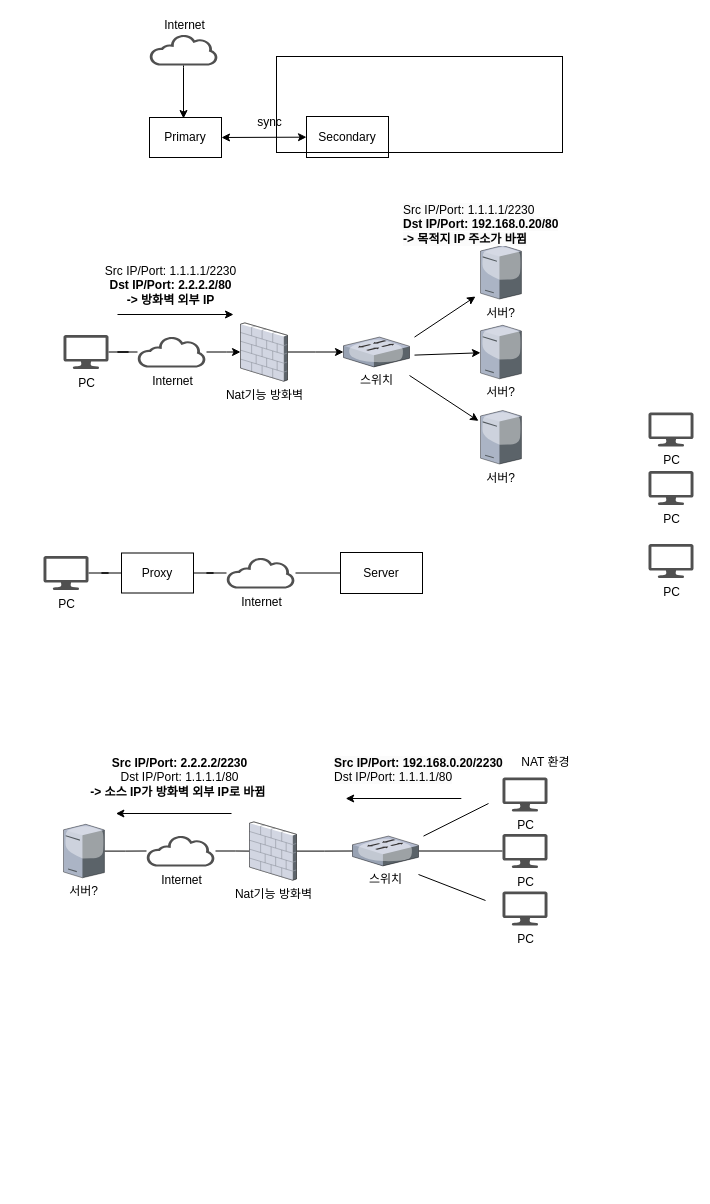
LILILI11/Diagram keeps this draw.io diagram as 3wayhand.drawio. Above is the earlier version. Source tidied: cells renumbered, new cells numbered last; positions are measured from the earlier drawing's top-left corner, leaving out a move shared by most shapes. Both pictures are drawn from the tidied source at 100%, with x=0, y=0 at pixel (43, 34).
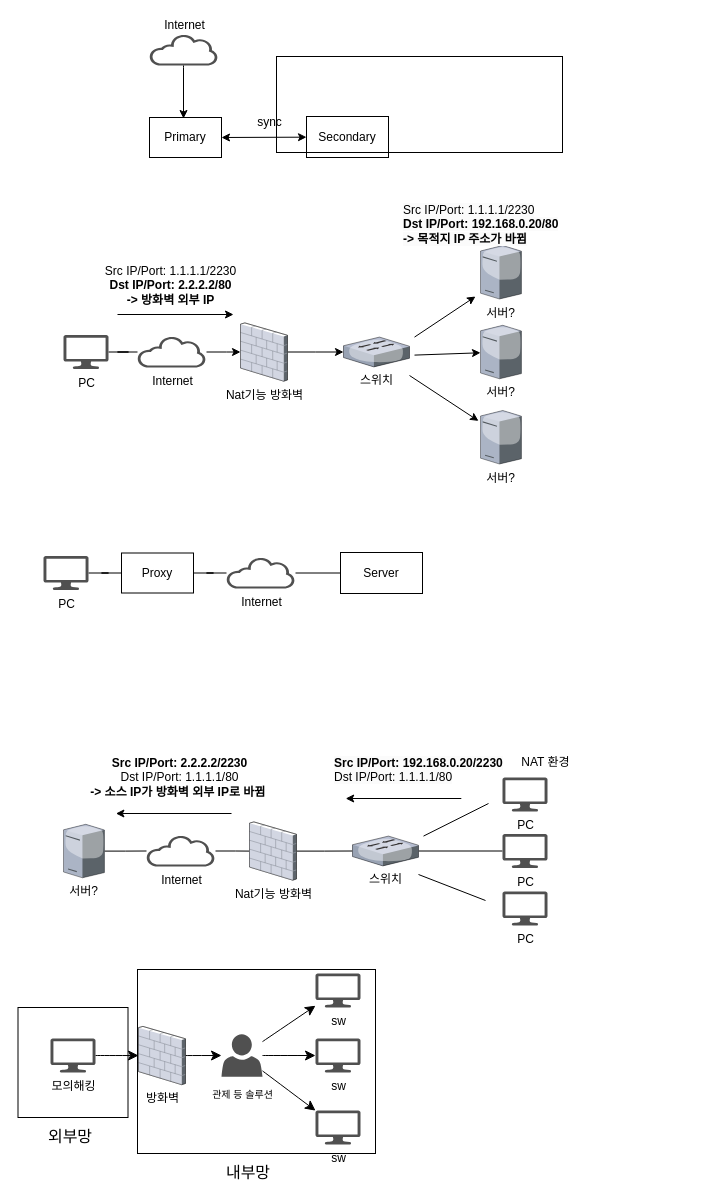
After the change.

Change to the diagram source:
```diff
@@
-    <mxCell id="23" value="PC" style="sketch=0;shadow=0;dashed=0;html=1;strokeColor=none;fillColor=#505050;labelPosition=center;verticalLabelPosition=bottom;verticalAlign=top;outlineConnect=0;align=center;shape=mxgraph.office.devices.lcd_monitor;" parent="1" vertex="1">
-      <mxGeometry x="605" y="436.5" width="45" height="34" as="geometry" />
+    <mxCell id="23" value="sw" style="sketch=0;shadow=0;dashed=0;html=1;strokeColor=none;fillColor=#505050;labelPosition=center;verticalLabelPosition=bottom;verticalAlign=top;outlineConnect=0;align=center;shape=mxgraph.office.devices.lcd_monitor;" parent="1" vertex="1">
+      <mxGeometry x="272" y="1004" width="45" height="34" as="geometry" />
     </mxCell>
-    <mxCell id="24" value="PC" style="sketch=0;shadow=0;dashed=0;html=1;strokeColor=none;fillColor=#505050;labelPosition=center;verticalLabelPosition=bottom;verticalAlign=top;outlineConnect=0;align=center;shape=mxgraph.office.devices.lcd_monitor;" parent="1" vertex="1">
-      <mxGeometry x="605" y="378" width="45" height="34" as="geometry" />
+    <mxCell id="24" value="sw" style="sketch=0;shadow=0;dashed=0;html=1;strokeColor=none;fillColor=#505050;labelPosition=center;verticalLabelPosition=bottom;verticalAlign=top;outlineConnect=0;align=center;shape=mxgraph.office.devices.lcd_monitor;" parent="1" vertex="1">
+      <mxGeometry x="272" y="939" width="45" height="34" as="geometry" />
     </mxCell>
-    <mxCell id="25" value="PC" style="sketch=0;shadow=0;dashed=0;html=1;strokeColor=none;fillColor=#505050;labelPosition=center;verticalLabelPosition=bottom;verticalAlign=top;outlineConnect=0;align=center;shape=mxgraph.office.devices.lcd_monitor;" parent="1" vertex="1">
-      <mxGeometry x="605" y="509.5" width="45" height="34" as="geometry" />
+    <mxCell id="25" value="sw" style="sketch=0;shadow=0;dashed=0;html=1;strokeColor=none;fillColor=#505050;labelPosition=center;verticalLabelPosition=bottom;verticalAlign=top;outlineConnect=0;align=center;shape=mxgraph.office.devices.lcd_monitor;" parent="1" vertex="1">
+      <mxGeometry x="272" y="1076" width="45" height="34" as="geometry" />
     </mxCell>
@@
+    <mxCell id="53" style="edgeStyle=none;curved=1;rounded=0;jettySize=auto;html=1;fontSize=12;startSize=8;endSize=8;" parent="1" edge="1" source="54" target="56">
+      <mxGeometry relative="1" as="geometry" />
+    </mxCell>
+    <mxCell id="54" value="모의해킹" style="sketch=0;shadow=0;dashed=0;html=1;strokeColor=none;fillColor=#505050;labelPosition=center;verticalLabelPosition=bottom;verticalAlign=top;outlineConnect=0;align=center;shape=mxgraph.office.devices.lcd_monitor;" parent="1" vertex="1">
+      <mxGeometry x="7" y="1004" width="45" height="34" as="geometry" />
+    </mxCell>
+    <mxCell id="55" style="edgeStyle=none;curved=1;rounded=0;jettySize=auto;html=1;fontSize=12;startSize=8;endSize=8;" parent="1" edge="1" source="56" target="60">
+      <mxGeometry relative="1" as="geometry" />
+    </mxCell>
+    <mxCell id="56" value="방화벽" style="verticalLabelPosition=bottom;sketch=0;html=1;verticalAlign=top;strokeColor=none;align=center;outlineConnect=0;shape=mxgraph.citrix.firewall;" parent="1" vertex="1">
+      <mxGeometry x="95" y="991.9" width="47" height="58.3" as="geometry" />
+    </mxCell>
+    <mxCell id="57" style="edgeStyle=none;curved=1;rounded=0;jettySize=auto;html=1;fontSize=12;startSize=8;endSize=8;" parent="1" edge="1" source="60" target="24">
+      <mxGeometry relative="1" as="geometry" />
+    </mxCell>
+    <mxCell id="58" style="edgeStyle=none;curved=1;rounded=0;jettySize=auto;html=1;fontSize=12;startSize=8;endSize=8;" parent="1" edge="1" source="60" target="23">
+      <mxGeometry relative="1" as="geometry" />
+    </mxCell>
+    <mxCell id="59" style="edgeStyle=none;curved=1;rounded=0;jettySize=auto;html=1;fontSize=12;startSize=8;endSize=8;" parent="1" edge="1" source="60" target="25">
+      <mxGeometry relative="1" as="geometry" />
+    </mxCell>
+    <mxCell id="60" value="&lt;font style=&quot;font-size: 10px;&quot;&gt;관제 등 솔루션&lt;/font&gt;" style="sketch=0;shadow=0;dashed=0;html=1;strokeColor=none;fillColor=#505050;labelPosition=center;verticalLabelPosition=bottom;verticalAlign=top;outlineConnect=0;align=center;shape=mxgraph.office.users.user;fontSize=16;" parent="1" vertex="1">
+      <mxGeometry x="178" y="999.7" width="41" height="42.6" as="geometry" />
+    </mxCell>
+    <mxCell id="61" value="외부망" style="text;strokeColor=none;fillColor=none;html=1;align=center;verticalAlign=middle;whiteSpace=wrap;rounded=0;fontSize=16;" parent="1" vertex="1">
+      <mxGeometry x="-3" y="1087" width="60" height="30" as="geometry" />
+    </mxCell>
+    <mxCell id="62" style="rounded=0;whiteSpace=wrap;html=1;fontSize=16;fillColor=none;" parent="1" vertex="1">
+      <mxGeometry x="-25.5" y="973" width="110" height="110" as="geometry" />
+    </mxCell>
+    <mxCell id="63" style="rounded=0;whiteSpace=wrap;html=1;fontSize=16;fillColor=none;" parent="1" vertex="1">
+      <mxGeometry x="94" y="935" width="238" height="184" as="geometry" />
+    </mxCell>
+    <mxCell id="64" value="내부망" style="text;strokeColor=none;fillColor=none;html=1;align=center;verticalAlign=middle;whiteSpace=wrap;rounded=0;fontSize=16;" parent="1" vertex="1">
+      <mxGeometry x="175" y="1123" width="60" height="30" as="geometry" />
+    </mxCell>
```
